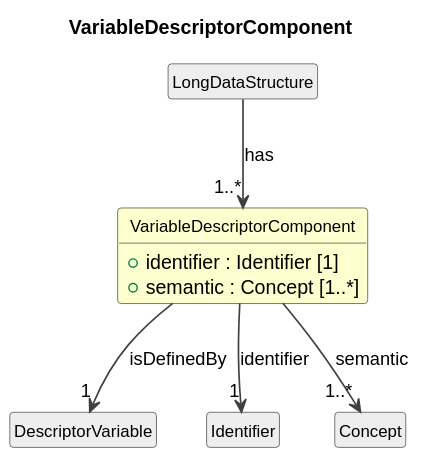
This is cdif-uml-model/_plantuml/cdifDataStructure/Classes/VariableDescriptorComponent.svg from Cross-Domain-Interoperability-Framework/metadataBuildingBlocks, a PlantUML export, as it was before one commit. The source it was exported from:
```plantuml
@startuml
title VariableDescriptorComponent
hide circle
hide empty members
skinparam shadowing false
skinparam ArrowThickness 1.2
skinparam class {
  ArrowColor #404040
  BorderColor #404040
  FontSize 12
}

class "VariableDescriptorComponent" as VariableDescriptorComponent #FEFECE {
  +identifier : Identifier [1]
  +semantic : Concept [1..*]
}
class "LongDataStructure" as LongDataStructure #EEEEEE
LongDataStructure --> "1..*" VariableDescriptorComponent : has
class "DescriptorVariable" as DescriptorVariable #EEEEEE
VariableDescriptorComponent --> "1" DescriptorVariable : isDefinedBy
class "Identifier" as Identifier #EEEEEE
VariableDescriptorComponent --> "1" Identifier : identifier
class "Concept" as Concept #EEEEEE
VariableDescriptorComponent --> "1..*" Concept : semantic
@enduml
```
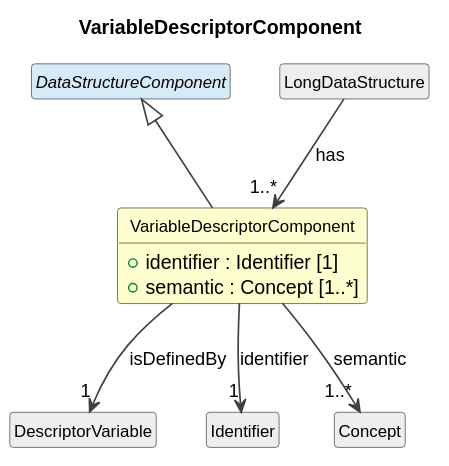
After the commit.

What changed in the source:
```diff
@@ -14,6 +14,8 @@
   +identifier : Identifier [1]
   +semantic : Concept [1..*]
 }
+abstract class "DataStructureComponent" as DataStructureComponent #D6EAF8
+DataStructureComponent <|-- VariableDescriptorComponent
 class "LongDataStructure" as LongDataStructure #EEEEEE
 LongDataStructure --> "1..*" VariableDescriptorComponent : has
 class "DescriptorVariable" as DescriptorVariable #EEEEEE
```
